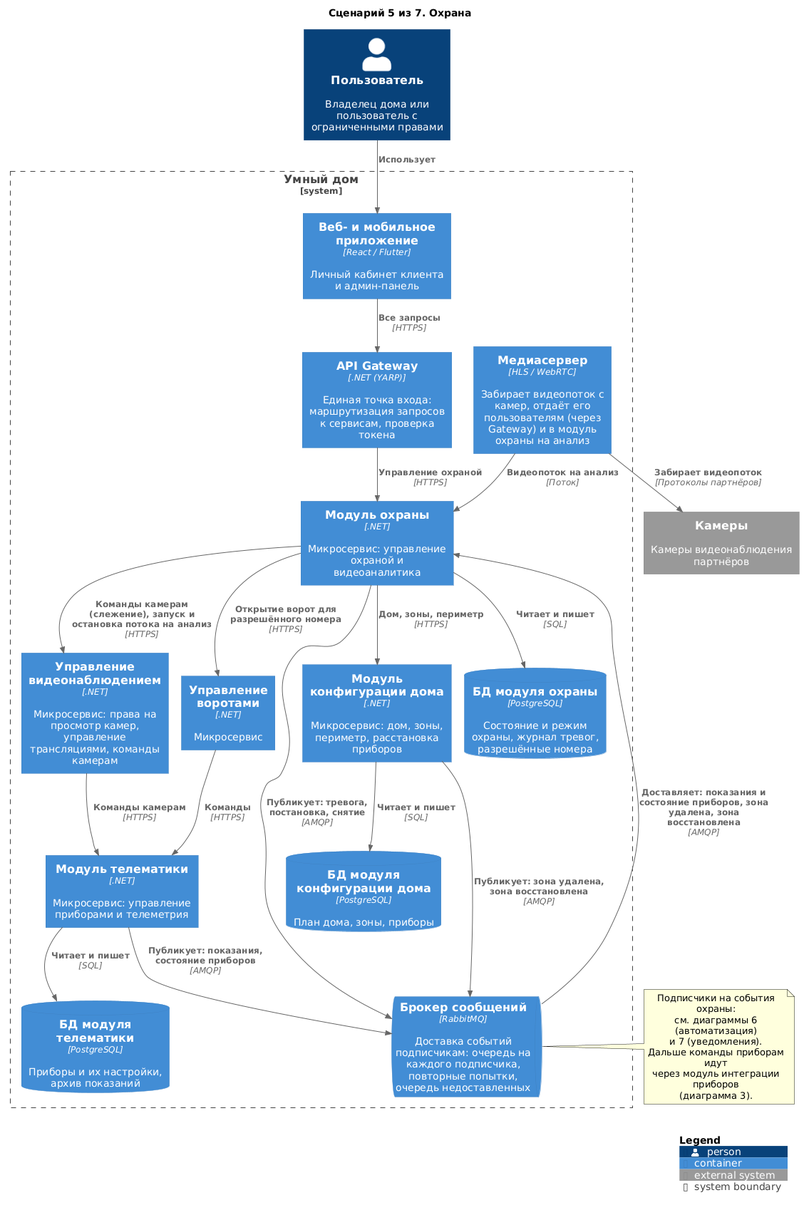
Lyamin-av/architecture-warmhouse keeps this PlantUML diagram as diagrams/containers-scenarios/05-security.png. Above is the earlier version.
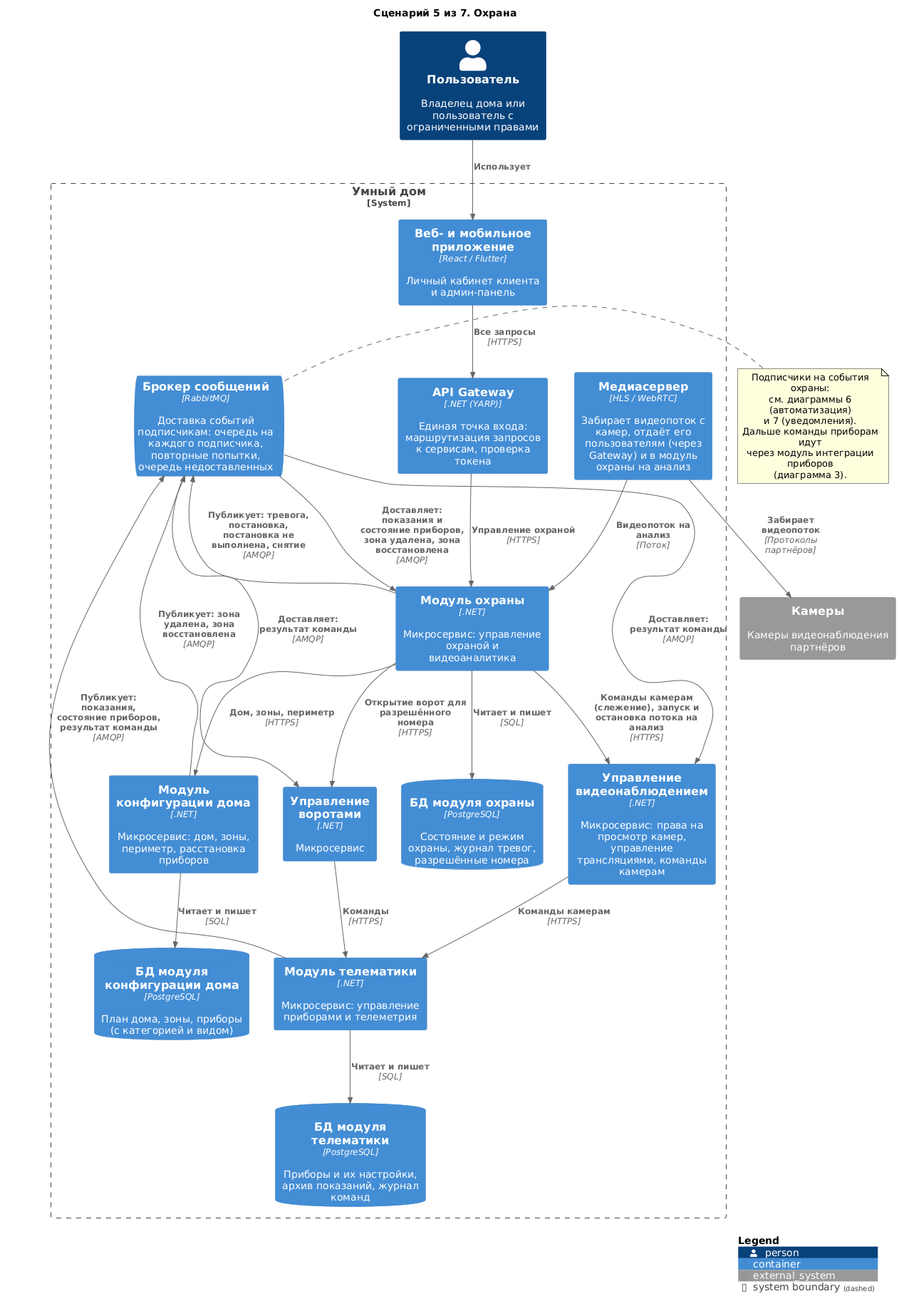
After the change.

The edit, as a diff of the source:
```diff
@@ -16,8 +16,8 @@
     Container(Telematics, "Модуль телематики", ".NET", "Микросервис: управление приборами и телеметрия")
     ContainerQueue(Broker, "Брокер сообщений", "RabbitMQ", "Доставка событий подписчикам: очередь на каждого подписчика, повторные попытки, очередь недоставленных")
     ContainerDb(dbSecurity, "БД модуля охраны", "PostgreSQL", "Состояние и режим охраны, журнал тревог, разрешённые номера")
-    ContainerDb(dbTelematics, "БД модуля телематики", "PostgreSQL", "Приборы и их настройки, архив показаний")
-    ContainerDb(dbHC, "БД модуля конфигурации дома", "PostgreSQL", "План дома, зоны, приборы")
+    ContainerDb(dbTelematics, "БД модуля телематики", "PostgreSQL", "Приборы и их настройки, архив показаний, журнал команд")
+    ContainerDb(dbHC, "БД модуля конфигурации дома", "PostgreSQL", "План дома, зоны, приборы (с категорией и видом)")
 }
 
 System_Ext(cameras, "Камеры", "Камеры видеонаблюдения партнёров")
@@ -32,7 +32,7 @@
 Rel(VideoControl, Telematics, "Команды камерам", "HTTPS")
 Rel(Security, GateControl, "Открытие ворот для разрешённого номера", "HTTPS")
 Rel(GateControl, Telematics, "Команды", "HTTPS")
-Rel(Security, Broker, "Публикует: тревога, постановка, снятие", "AMQP")
+Rel(Security, Broker, "Публикует: тревога, постановка, постановка не выполнена, снятие", "AMQP")
 
 note right of Broker
   Подписчики на события охраны:
@@ -48,7 +48,9 @@
 Rel(HouseConfigurator, dbHC, "Читает и пишет", "SQL")
 Rel(HouseConfigurator, Broker, "Публикует: зона удалена, зона восстановлена", "AMQP")
 Rel(Broker, Security, "Доставляет: показания и состояние приборов, зона удалена, зона восстановлена", "AMQP")
-Rel(Telematics, Broker, "Публикует: показания, состояние приборов", "AMQP")
+Rel(Telematics, Broker, "Публикует: показания, состояние приборов, результат команды", "AMQP")
+Rel(Broker, VideoControl, "Доставляет: результат команды", "AMQP")
+Rel(Broker, GateControl, "Доставляет: результат команды", "AMQP")
 
 SHOW_LEGEND()
 @enduml
```
